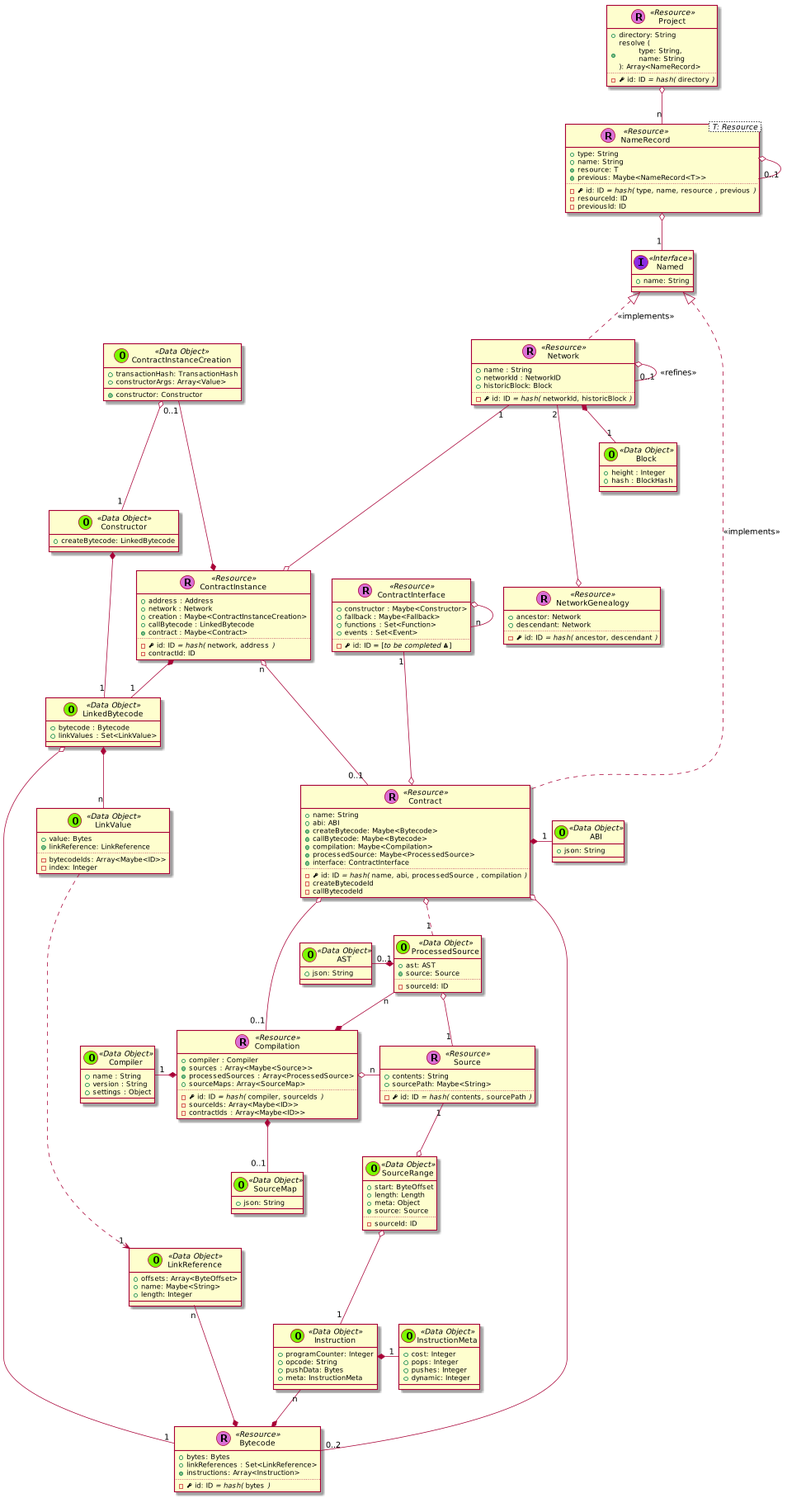
Above: contrib/trufflesuite/add-network-genealogy/_images/plantuml-5c3a0bc57f1f5ee52620cb53ad96d72a9dc6375e.png in trufflesuite/artifact-updates (PlantUML), before the change.
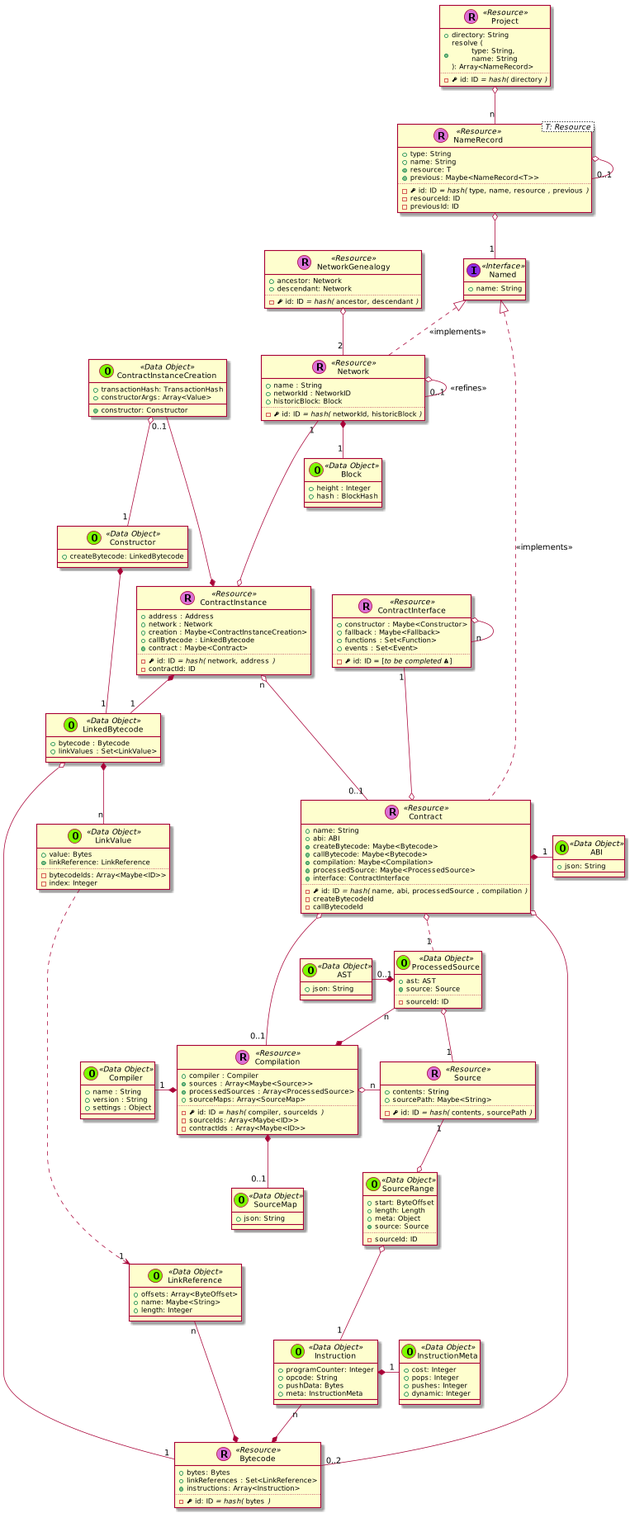
The same file after the commit.

The edit, as a diff of the source:
```diff
@@ -153,7 +153,7 @@
         - {field} <&key> id: ID //= hash(// ""ancestor""//,// ""descendant"" //)//
       }
 
-      Network  "2" ---o  NetworkGenealogy
+      NetworkGenealogy o--  "2" Network
       Network o-- "0..1" Network : <<refines>>
       Network *-- "1" Block
 
```
